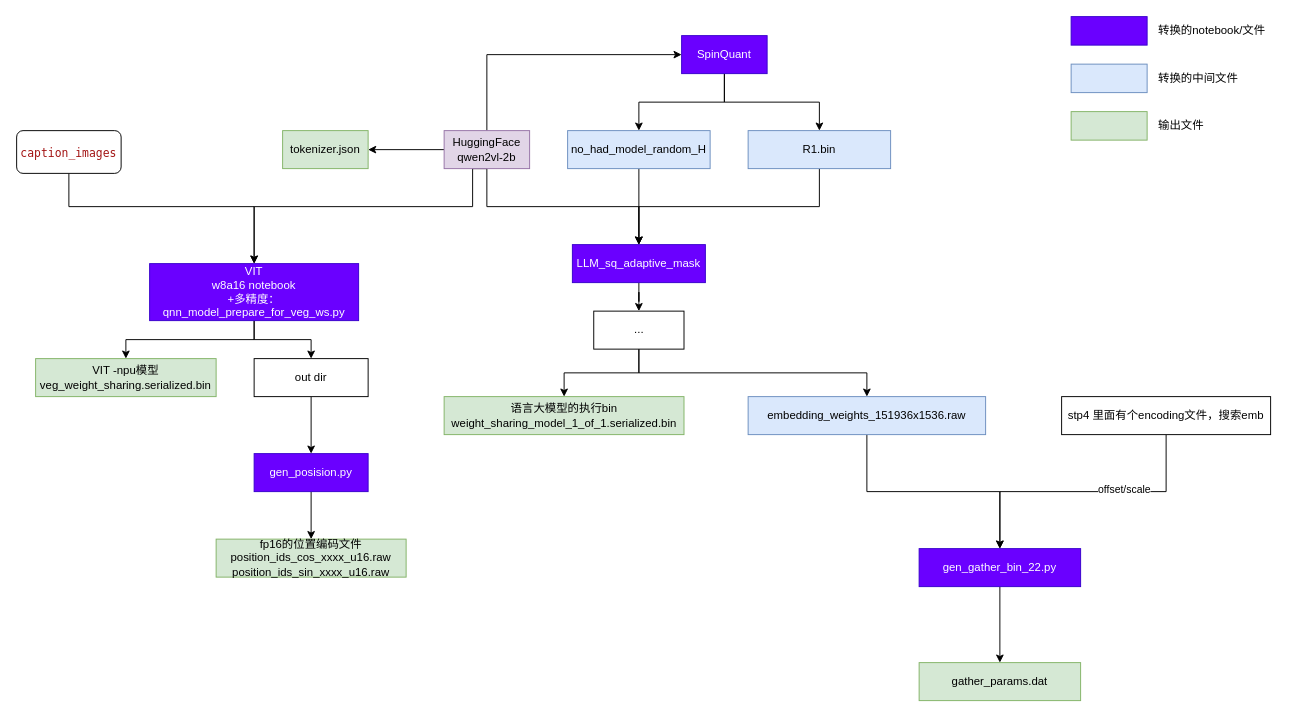
The draw.io diagram LLM/mllm_hexagon_npu_convert.drawio in mailonghua/drawio, before the edit. Source tidied: cells renumbered, new cells numbered last; positions are measured from the earlier drawing's top-left corner, leaving out a move shared by most shapes. Both pictures are drawn from the tidied source at 95%, with x=0, y=0 at pixel (16, 16).
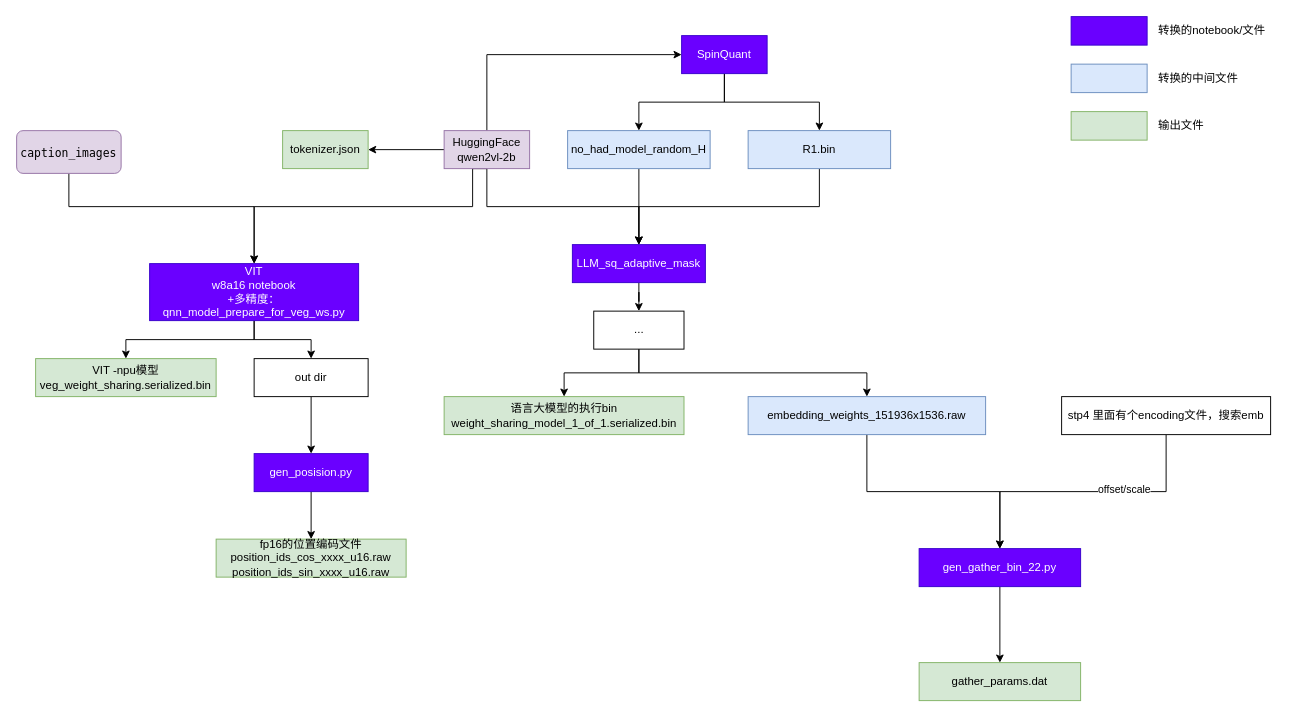
The same diagram, later.

The edit, as a diff of the source:
```diff
@@
-    <mxCell id="26" value="&lt;div style=&quot;background-color: rgb(255, 255, 255); font-family: Menlo, Monaco, &amp;quot;Courier New&amp;quot;, monospace; line-height: 18px; white-space: pre;&quot;&gt;&lt;span style=&quot;color: #a31515;&quot;&gt;caption_images&lt;/span&gt;&lt;/div&gt;" style="rounded=1;whiteSpace=wrap;html=1;" parent="1" vertex="1">
+    <mxCell id="26" value="&lt;div style=&quot;font-family: Menlo, Monaco, &amp;quot;Courier New&amp;quot;, monospace; line-height: 18px; white-space: pre;&quot;&gt;&lt;font style=&quot;color: rgb(0, 0, 0);&quot;&gt;caption_images&lt;/font&gt;&lt;/div&gt;" style="rounded=1;whiteSpace=wrap;html=1;fillColor=#e1d5e7;strokeColor=#9673a6;" parent="1" vertex="1">
       <mxGeometry y="120" width="110" height="45" as="geometry" />
     </mxCell>
```
